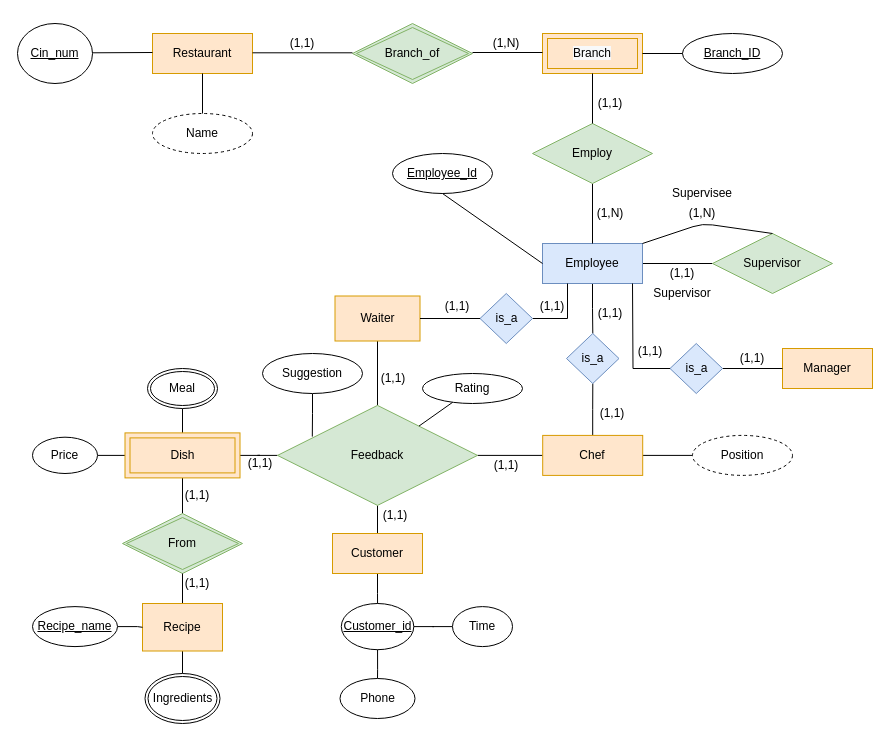
This is Restaurant Ratings.drawio from sarthaka1310/DAA, a draw.io file, before an edit. Source tidied: cells renumbered, new cells numbered last; positions are measured from the earlier drawing's top-left corner, leaving out a move shared by most shapes. Both pictures are drawn from the tidied source at 100%, with x=0, y=0 at pixel (17, 23).
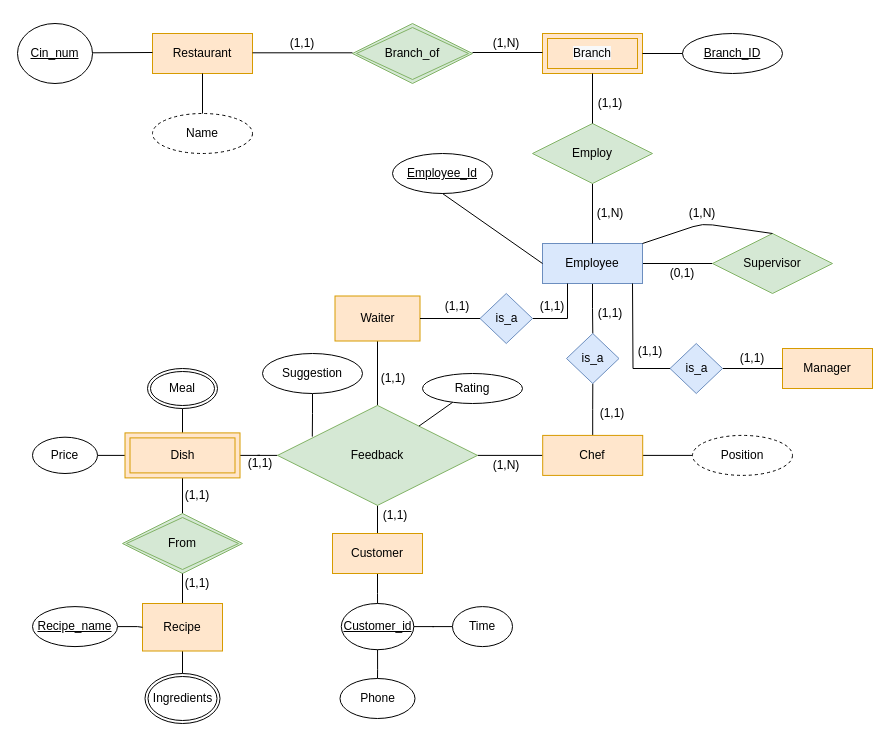
The same page after the edit.

Change to the diagram source:
```diff
@@
-    <mxCell id="70" value="(1,1)" style="text;html=1;strokeColor=none;fillColor=none;align=center;verticalAlign=middle;whiteSpace=wrap;rounded=0;" parent="1" vertex="1">
+    <mxCell id="70" value="(0,1)" style="text;html=1;strokeColor=none;fillColor=none;align=center;verticalAlign=middle;whiteSpace=wrap;rounded=0;" parent="1" vertex="1">
       <mxGeometry x="645" y="240" width="40" height="20" as="geometry" />
     </mxCell>
@@
-    <mxCell id="77" value="(1,1)" style="text;html=1;strokeColor=none;fillColor=none;align=center;verticalAlign=middle;whiteSpace=wrap;rounded=0;" parent="1" vertex="1">
+    <mxCell id="77" value="(1,N)" style="text;html=1;strokeColor=none;fillColor=none;align=center;verticalAlign=middle;whiteSpace=wrap;rounded=0;" parent="1" vertex="1">
       <mxGeometry x="468.8" y="431.9" width="40" height="20" as="geometry" />
     </mxCell>
@@
-    <mxCell id="83" value="Supervisee" style="text;html=1;strokeColor=none;fillColor=none;align=center;verticalAlign=middle;whiteSpace=wrap;rounded=0;" parent="1" vertex="1">
-      <mxGeometry x="665" y="160" width="40" height="20" as="geometry" />
-    </mxCell>
-    <mxCell id="84" value="Supervisor" style="text;html=1;strokeColor=none;fillColor=none;align=center;verticalAlign=middle;whiteSpace=wrap;rounded=0;" parent="1" vertex="1">
-      <mxGeometry x="645" y="260" width="40" height="20" as="geometry" />
-    </mxCell>
-    <mxCell id="85" style="edgeStyle=orthogonalEdgeStyle;rounded=0;orthogonalLoop=1;jettySize=auto;html=1;exitX=0.5;exitY=1;exitDx=0;exitDy=0;" parent="1" edge="1" source="84" target="84">
-      <mxGeometry relative="1" as="geometry" />
+    <mxCell id="85" style="edgeStyle=orthogonalEdgeStyle;rounded=0;orthogonalLoop=1;jettySize=auto;html=1;exitX=0.5;exitY=1;exitDx=0;exitDy=0;" parent="1" edge="1">
+      <mxGeometry relative="1" as="geometry">
+        <mxPoint x="665" y="280" as="sourcePoint" />
+        <mxPoint x="665" y="280" as="targetPoint" />
+      </mxGeometry>
     </mxCell>
```
